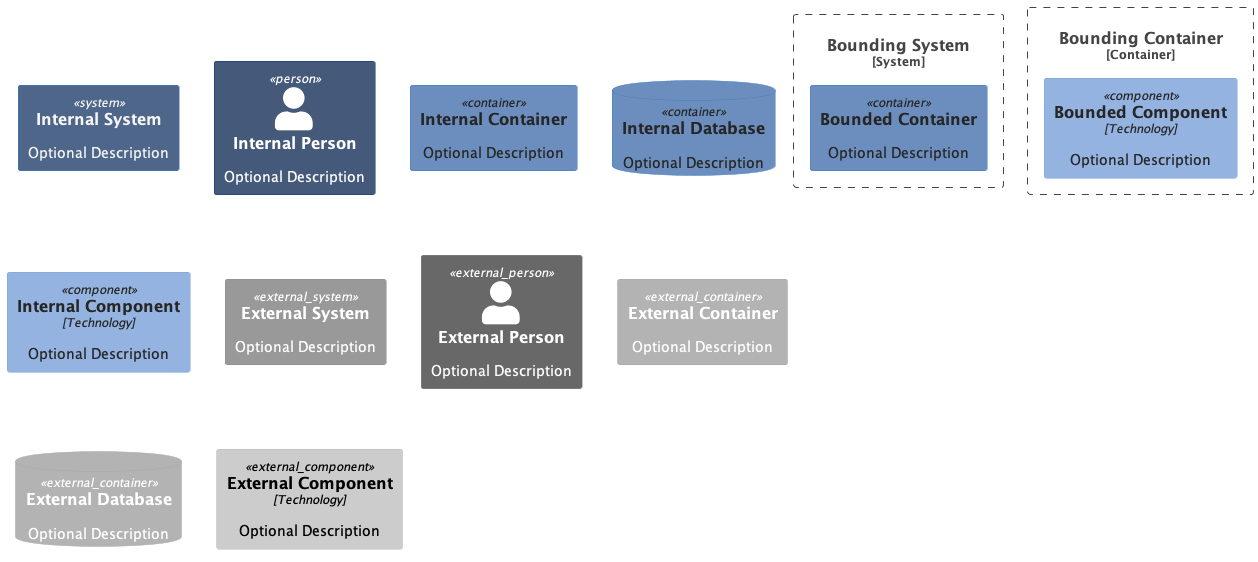
Before: examples/Gallery.png, a diagram exported from PlantUML (haleyrc/c4). Source of this version:
```plantuml
@startuml Gallery
!include https://raw.githubusercontent.com/plantuml-stdlib/C4-PlantUML/master/C4_Container.puml
!include https://raw.githubusercontent.com/plantuml-stdlib/C4-PlantUML/master/C4_Component.puml

LAYOUT_TOP_DOWN()

UpdateElementStyle(system, $bgColor="#4E668A", $fontColor="#F5F5F5")
UpdateElementStyle(container, $bgColor="#6C8EBF", $fontColor="#262626")
UpdateElementStyle(component, $bgColor="#94B3E0", $fontColor="#262626")
UpdateElementStyle(person, $bgColor="#455A7A", $fontColor="#ffffff")
System(internalSystem, "Internal System", "Optional Description")
Person(internalPerson, "Internal Person", "Optional Description")
Container(internalContainer, "Internal Container", "", "Optional Description")
ContainerDb(internalDatabase, "Internal Database", "", "Optional Description")
Component(internalComponent, "Internal Component", "Technology", "Optional Description")
System_Ext(externalSystem, "External System", "Optional Description")
Person_Ext(externalPerson, "External Person", "Optional Description")
Container_Ext(externalContainer, "External Container", "", "Optional Description")
ContainerDb_Ext(externalDatabase, "External Database", "", "Optional Description")
Component_Ext(externalComponent, "External Component", "Technology", "Optional Description")
System_Boundary(boundingSystem, "Bounding System") {
	Container(boundedContainer, "Bounded Container", "", "Optional Description")
}
Container_Boundary(boundingContainer, "Bounding Container") {
	Component(boundedComponent, "Bounded Component", "Technology", "Optional Description")
}
@enduml
```
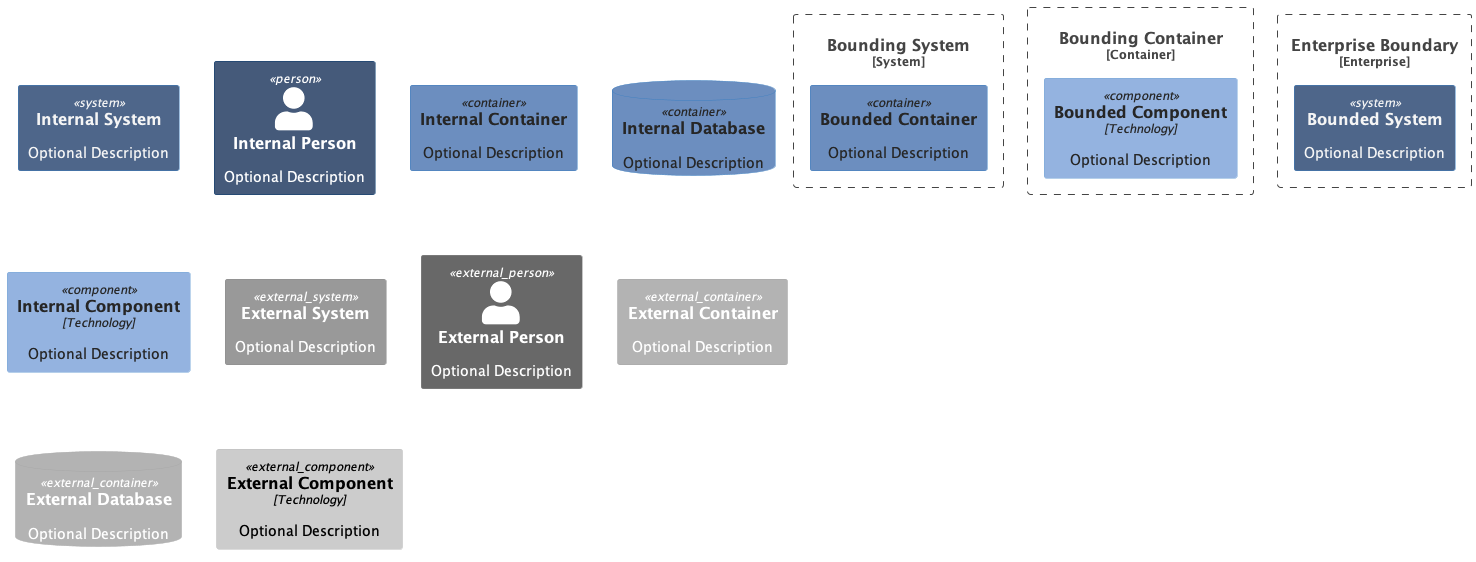
Later version of the same file.

Commit message:
feat: Add an EnterpriseBoundary type (#5)

The edit, as a diff of the source:
```diff
@@ -24,4 +24,7 @@
 Container_Boundary(boundingContainer, "Bounding Container") {
 	Component(boundedComponent, "Bounded Component", "Technology", "Optional Description")
 }
+Enterprise_Boundary(enterpriseBoundary, "Enterprise Boundary") {
+	System(boundedSystem, "Bounded System", "Optional Description")
+}
 @enduml
```
